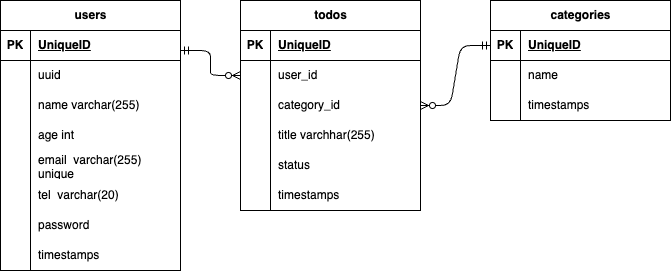
The draw.io diagram docs/.drawio.png in YumiOotake/todo-practice, before a commit. Source tidied: cells renumbered, new cells last; positions are measured from the earlier drawing's top-left corner, leaving out a move shared by most shapes. Source of this version:
```xml
<mxGraphModel>
  <root>
    <mxCell id="0" />
    <mxCell id="1" parent="0" />
    <mxCell id="2" value="users" style="shape=table;startSize=30;rowLines=0;fontStyle=1;align=center;html=1;" parent="1" vertex="1">
      <mxGeometry width="180" height="270" as="geometry" />
    </mxCell>
    <mxCell id="3" style="shape=tableRow;horizontal=0;startSize=0;swimlaneHead=0;swimlaneBody=0;fillColor=none;top=0;left=0;right=0;bottom=1;" parent="2" vertex="1">
      <mxGeometry y="30" width="180" height="30" as="geometry" />
    </mxCell>
    <mxCell id="4" value="PK" style="shape=partialRectangle;fillColor=none;top=0;left=0;bottom=0;right=0;fontStyle=1;overflow=hidden;whiteSpace=wrap;html=1;" parent="3" vertex="1">
      <mxGeometry width="30" height="30" as="geometry" />
    </mxCell>
    <mxCell id="5" value="UniqueID" style="shape=partialRectangle;fillColor=none;top=0;left=0;bottom=0;right=0;align=left;spacingLeft=6;fontStyle=5;overflow=hidden;whiteSpace=wrap;html=1;" parent="3" vertex="1">
      <mxGeometry x="30" width="150" height="30" as="geometry" />
    </mxCell>
    <mxCell id="6" style="shape=tableRow;horizontal=0;startSize=0;swimlaneHead=0;swimlaneBody=0;fillColor=none;top=0;left=0;right=0;bottom=0;" parent="2" vertex="1">
      <mxGeometry y="60" width="180" height="30" as="geometry" />
    </mxCell>
    <mxCell id="7" style="shape=partialRectangle;fillColor=none;top=0;left=0;bottom=0;right=0;overflow=hidden;whiteSpace=wrap;html=1;" parent="6" vertex="1">
      <mxGeometry width="30" height="30" as="geometry" />
    </mxCell>
    <mxCell id="8" value="uuid" style="shape=partialRectangle;fillColor=none;top=0;left=0;bottom=0;right=0;align=left;spacingLeft=6;overflow=hidden;whiteSpace=wrap;html=1;" parent="6" vertex="1">
      <mxGeometry x="30" width="150" height="30" as="geometry" />
    </mxCell>
    <mxCell id="9" style="shape=tableRow;horizontal=0;startSize=0;swimlaneHead=0;swimlaneBody=0;fillColor=none;top=0;left=0;right=0;bottom=0;" parent="2" vertex="1">
      <mxGeometry y="90" width="180" height="30" as="geometry" />
    </mxCell>
    <mxCell id="10" style="shape=partialRectangle;fillColor=none;top=0;left=0;bottom=0;right=0;overflow=hidden;whiteSpace=wrap;html=1;" parent="9" vertex="1">
      <mxGeometry width="30" height="30" as="geometry" />
    </mxCell>
    <mxCell id="11" value="name varchar(255)" style="shape=partialRectangle;fillColor=none;top=0;left=0;bottom=0;right=0;align=left;spacingLeft=6;overflow=hidden;whiteSpace=wrap;html=1;" parent="9" vertex="1">
      <mxGeometry x="30" width="150" height="30" as="geometry" />
    </mxCell>
    <mxCell id="12" style="shape=tableRow;horizontal=0;startSize=0;swimlaneHead=0;swimlaneBody=0;fillColor=none;top=0;left=0;right=0;bottom=0;" parent="2" vertex="1">
      <mxGeometry y="120" width="180" height="30" as="geometry" />
    </mxCell>
    <mxCell id="13" style="shape=partialRectangle;fillColor=none;top=0;left=0;bottom=0;right=0;overflow=hidden;whiteSpace=wrap;html=1;" parent="12" vertex="1">
      <mxGeometry width="30" height="30" as="geometry" />
    </mxCell>
    <mxCell id="14" value="age int" style="shape=partialRectangle;fillColor=none;top=0;left=0;bottom=0;right=0;align=left;spacingLeft=6;overflow=hidden;whiteSpace=wrap;html=1;" parent="12" vertex="1">
      <mxGeometry x="30" width="150" height="30" as="geometry" />
    </mxCell>
    <mxCell id="15" style="shape=tableRow;horizontal=0;startSize=0;swimlaneHead=0;swimlaneBody=0;fillColor=none;top=0;left=0;right=0;bottom=0;" parent="2" vertex="1">
      <mxGeometry y="150" width="180" height="30" as="geometry" />
    </mxCell>
    <mxCell id="16" style="shape=partialRectangle;fillColor=none;top=0;left=0;bottom=0;right=0;overflow=hidden;whiteSpace=wrap;html=1;" parent="15" vertex="1">
      <mxGeometry width="30" height="30" as="geometry" />
    </mxCell>
    <mxCell id="17" value="email&amp;nbsp;&lt;span style=&quot;color: rgb(0, 0, 0);&quot;&gt;&amp;nbsp;varchar(255) unique&lt;/span&gt;" style="shape=partialRectangle;fillColor=none;top=0;left=0;bottom=0;right=0;align=left;spacingLeft=6;overflow=hidden;whiteSpace=wrap;html=1;" parent="15" vertex="1">
      <mxGeometry x="30" width="150" height="30" as="geometry" />
    </mxCell>
    <mxCell id="18" style="shape=tableRow;horizontal=0;startSize=0;swimlaneHead=0;swimlaneBody=0;fillColor=none;top=0;left=0;right=0;bottom=0;" parent="2" vertex="1">
      <mxGeometry y="180" width="180" height="30" as="geometry" />
    </mxCell>
    <mxCell id="19" style="shape=partialRectangle;fillColor=none;top=0;left=0;bottom=0;right=0;overflow=hidden;whiteSpace=wrap;html=1;" parent="18" vertex="1">
      <mxGeometry width="30" height="30" as="geometry" />
    </mxCell>
    <mxCell id="20" value="tel&amp;nbsp;&lt;span style=&quot;color: rgb(0, 0, 0);&quot;&gt;&amp;nbsp;varchar(20)&lt;/span&gt;" style="shape=partialRectangle;fillColor=none;top=0;left=0;bottom=0;right=0;align=left;spacingLeft=6;overflow=hidden;whiteSpace=wrap;html=1;" parent="18" vertex="1">
      <mxGeometry x="30" width="150" height="30" as="geometry" />
    </mxCell>
    <mxCell id="21" style="shape=tableRow;horizontal=0;startSize=0;swimlaneHead=0;swimlaneBody=0;fillColor=none;top=0;left=0;right=0;bottom=0;" parent="2" vertex="1">
      <mxGeometry y="210" width="180" height="30" as="geometry" />
    </mxCell>
    <mxCell id="22" style="shape=partialRectangle;fillColor=none;top=0;left=0;bottom=0;right=0;overflow=hidden;whiteSpace=wrap;html=1;" parent="21" vertex="1">
      <mxGeometry width="30" height="30" as="geometry" />
    </mxCell>
    <mxCell id="23" value="password" style="shape=partialRectangle;fillColor=none;top=0;left=0;bottom=0;right=0;align=left;spacingLeft=6;overflow=hidden;whiteSpace=wrap;html=1;" parent="21" vertex="1">
      <mxGeometry x="30" width="150" height="30" as="geometry" />
    </mxCell>
    <mxCell id="24" style="shape=tableRow;horizontal=0;startSize=0;swimlaneHead=0;swimlaneBody=0;fillColor=none;top=0;left=0;right=0;bottom=0;" parent="2" vertex="1">
      <mxGeometry y="240" width="180" height="30" as="geometry" />
    </mxCell>
    <mxCell id="25" style="shape=partialRectangle;fillColor=none;top=0;left=0;bottom=0;right=0;overflow=hidden;whiteSpace=wrap;html=1;" parent="24" vertex="1">
      <mxGeometry width="30" height="30" as="geometry" />
    </mxCell>
    <mxCell id="26" value="timestamps" style="shape=partialRectangle;fillColor=none;top=0;left=0;bottom=0;right=0;align=left;spacingLeft=6;overflow=hidden;whiteSpace=wrap;html=1;" parent="24" vertex="1">
      <mxGeometry x="30" width="150" height="30" as="geometry" />
    </mxCell>
    <mxCell id="27" value="todos" style="shape=table;startSize=30;rowLines=0;fontStyle=1;align=center;html=1;" parent="1" vertex="1">
      <mxGeometry x="240" width="180" height="210" as="geometry" />
    </mxCell>
    <mxCell id="28" style="shape=tableRow;horizontal=0;startSize=0;swimlaneHead=0;swimlaneBody=0;fillColor=none;top=0;left=0;right=0;bottom=1;" parent="27" vertex="1">
      <mxGeometry y="30" width="180" height="30" as="geometry" />
    </mxCell>
    <mxCell id="29" value="PK" style="shape=partialRectangle;fillColor=none;top=0;left=0;bottom=0;right=0;fontStyle=1;overflow=hidden;whiteSpace=wrap;html=1;" parent="28" vertex="1">
      <mxGeometry width="30" height="30" as="geometry" />
    </mxCell>
    <mxCell id="30" value="UniqueID" style="shape=partialRectangle;fillColor=none;top=0;left=0;bottom=0;right=0;align=left;spacingLeft=6;fontStyle=5;overflow=hidden;whiteSpace=wrap;html=1;" parent="28" vertex="1">
      <mxGeometry x="30" width="150" height="30" as="geometry" />
    </mxCell>
    <mxCell id="31" style="shape=tableRow;horizontal=0;startSize=0;swimlaneHead=0;swimlaneBody=0;fillColor=none;points=[[0,0.5],[1,0.5]];portConstraint=eastwest;top=0;left=0;right=0;bottom=0;" parent="27" vertex="1">
      <mxGeometry y="60" width="180" height="30" as="geometry" />
    </mxCell>
    <mxCell id="32" style="shape=partialRectangle;fillColor=none;top=0;left=0;bottom=0;right=0;overflow=hidden;whiteSpace=wrap;html=1;" parent="31" vertex="1">
      <mxGeometry width="30" height="30" as="geometry" />
    </mxCell>
    <mxCell id="33" value="user_id" style="shape=partialRectangle;fillColor=none;top=0;left=0;bottom=0;right=0;align=left;spacingLeft=6;overflow=hidden;whiteSpace=wrap;html=1;" parent="31" vertex="1">
      <mxGeometry x="30" width="150" height="30" as="geometry" />
    </mxCell>
    <mxCell id="34" style="shape=tableRow;horizontal=0;startSize=0;swimlaneHead=0;swimlaneBody=0;fillColor=none;points=[[0,0.5],[1,0.5]];portConstraint=eastwest;top=0;left=0;right=0;bottom=0;" parent="27" vertex="1">
      <mxGeometry y="90" width="180" height="30" as="geometry" />
    </mxCell>
    <mxCell id="35" style="shape=partialRectangle;fillColor=none;top=0;left=0;bottom=0;right=0;overflow=hidden;whiteSpace=wrap;html=1;" parent="34" vertex="1">
      <mxGeometry width="30" height="30" as="geometry" />
    </mxCell>
    <mxCell id="36" value="category_id" style="shape=partialRectangle;fillColor=none;top=0;left=0;bottom=0;right=0;align=left;spacingLeft=6;overflow=hidden;whiteSpace=wrap;html=1;" parent="34" vertex="1">
      <mxGeometry x="30" width="150" height="30" as="geometry" />
    </mxCell>
    <mxCell id="37" style="shape=tableRow;horizontal=0;startSize=0;swimlaneHead=0;swimlaneBody=0;fillColor=none;points=[[0,0.5],[1,0.5]];portConstraint=eastwest;top=0;left=0;right=0;bottom=0;" parent="27" vertex="1">
      <mxGeometry y="120" width="180" height="30" as="geometry" />
    </mxCell>
    <mxCell id="38" style="shape=partialRectangle;fillColor=none;top=0;left=0;bottom=0;right=0;overflow=hidden;whiteSpace=wrap;html=1;" parent="37" vertex="1">
      <mxGeometry width="30" height="30" as="geometry" />
    </mxCell>
    <mxCell id="39" value="title varchhar(255)" style="shape=partialRectangle;fillColor=none;top=0;left=0;bottom=0;right=0;align=left;spacingLeft=6;overflow=hidden;whiteSpace=wrap;html=1;" parent="37" vertex="1">
      <mxGeometry x="30" width="150" height="30" as="geometry" />
    </mxCell>
    <mxCell id="40" style="shape=tableRow;horizontal=0;startSize=0;swimlaneHead=0;swimlaneBody=0;fillColor=none;top=0;left=0;right=0;bottom=0;" parent="27" vertex="1">
      <mxGeometry y="150" width="180" height="30" as="geometry" />
    </mxCell>
    <mxCell id="41" style="shape=partialRectangle;fillColor=none;top=0;left=0;bottom=0;right=0;overflow=hidden;whiteSpace=wrap;html=1;" parent="40" vertex="1">
      <mxGeometry width="30" height="30" as="geometry" />
    </mxCell>
    <mxCell id="42" value="status" style="shape=partialRectangle;fillColor=none;top=0;left=0;bottom=0;right=0;align=left;spacingLeft=6;overflow=hidden;whiteSpace=wrap;html=1;" parent="40" vertex="1">
      <mxGeometry x="30" width="150" height="30" as="geometry" />
    </mxCell>
    <mxCell id="43" style="shape=tableRow;horizontal=0;startSize=0;swimlaneHead=0;swimlaneBody=0;fillColor=none;top=0;left=0;right=0;bottom=0;" parent="27" vertex="1">
      <mxGeometry y="180" width="180" height="30" as="geometry" />
    </mxCell>
    <mxCell id="44" style="shape=partialRectangle;fillColor=none;top=0;left=0;bottom=0;right=0;overflow=hidden;whiteSpace=wrap;html=1;" parent="43" vertex="1">
      <mxGeometry width="30" height="30" as="geometry" />
    </mxCell>
    <mxCell id="45" value="timestamps" style="shape=partialRectangle;fillColor=none;top=0;left=0;bottom=0;right=0;align=left;spacingLeft=6;overflow=hidden;whiteSpace=wrap;html=1;" parent="43" vertex="1">
      <mxGeometry x="30" width="150" height="30" as="geometry" />
    </mxCell>
    <mxCell id="46" value="categories" style="shape=table;startSize=30;rowLines=0;fontStyle=1;align=center;html=1;" parent="1" vertex="1">
      <mxGeometry x="490" width="180" height="120" as="geometry" />
    </mxCell>
    <mxCell id="47" style="shape=tableRow;horizontal=0;startSize=0;swimlaneHead=0;swimlaneBody=0;fillColor=none;points=[[0,0.5],[1,0.5]];portConstraint=eastwest;top=0;left=0;right=0;bottom=1;" parent="46" vertex="1">
      <mxGeometry y="30" width="180" height="30" as="geometry" />
    </mxCell>
    <mxCell id="48" value="PK" style="shape=partialRectangle;fillColor=none;top=0;left=0;bottom=0;right=0;fontStyle=1;overflow=hidden;whiteSpace=wrap;html=1;" parent="47" vertex="1">
      <mxGeometry width="30" height="30" as="geometry" />
    </mxCell>
    <mxCell id="49" value="UniqueID" style="shape=partialRectangle;fillColor=none;top=0;left=0;bottom=0;right=0;align=left;spacingLeft=6;fontStyle=5;overflow=hidden;whiteSpace=wrap;html=1;" parent="47" vertex="1">
      <mxGeometry x="30" width="150" height="30" as="geometry" />
    </mxCell>
    <mxCell id="50" style="shape=tableRow;horizontal=0;startSize=0;swimlaneHead=0;swimlaneBody=0;fillColor=none;top=0;left=0;right=0;bottom=0;" parent="46" vertex="1">
      <mxGeometry y="60" width="180" height="30" as="geometry" />
    </mxCell>
    <mxCell id="51" style="shape=partialRectangle;fillColor=none;top=0;left=0;bottom=0;right=0;overflow=hidden;whiteSpace=wrap;html=1;" parent="50" vertex="1">
      <mxGeometry width="30" height="30" as="geometry" />
    </mxCell>
    <mxCell id="52" value="name" style="shape=partialRectangle;fillColor=none;top=0;left=0;bottom=0;right=0;align=left;spacingLeft=6;overflow=hidden;whiteSpace=wrap;html=1;" parent="50" vertex="1">
      <mxGeometry x="30" width="150" height="30" as="geometry" />
    </mxCell>
    <mxCell id="53" style="shape=tableRow;horizontal=0;startSize=0;swimlaneHead=0;swimlaneBody=0;fillColor=none;top=0;left=0;right=0;bottom=0;" parent="46" vertex="1">
      <mxGeometry y="90" width="180" height="30" as="geometry" />
    </mxCell>
    <mxCell id="54" style="shape=partialRectangle;fillColor=none;top=0;left=0;bottom=0;right=0;overflow=hidden;whiteSpace=wrap;html=1;" parent="53" vertex="1">
      <mxGeometry width="30" height="30" as="geometry" />
    </mxCell>
    <mxCell id="55" value="timestamps" style="shape=partialRectangle;fillColor=none;top=0;left=0;bottom=0;right=0;align=left;spacingLeft=6;overflow=hidden;whiteSpace=wrap;html=1;" parent="53" vertex="1">
      <mxGeometry x="30" width="150" height="30" as="geometry" />
    </mxCell>
    <mxCell id="56" style="edgeStyle=entityRelationEdgeStyle;fontSize=12;html=1;endArrow=ERzeroToMany;startArrow=ERmandOne;entryX=0;entryY=0.5;entryDx=0;entryDy=0;" parent="1" edge="1" target="31">
      <mxGeometry relative="1" as="geometry">
        <mxPoint x="180" y="50" as="sourcePoint" />
      </mxGeometry>
    </mxCell>
    <mxCell id="57" style="edgeStyle=entityRelationEdgeStyle;fontSize=12;html=1;endArrow=ERzeroToMany;startArrow=ERmandOne;exitX=0;exitY=0.5;exitDx=0;exitDy=0;entryX=1;entryY=0.5;entryDx=0;entryDy=0;" parent="1" edge="1" source="47" target="34">
      <mxGeometry relative="1" as="geometry" />
    </mxCell>
  </root>
</mxGraphModel>
```
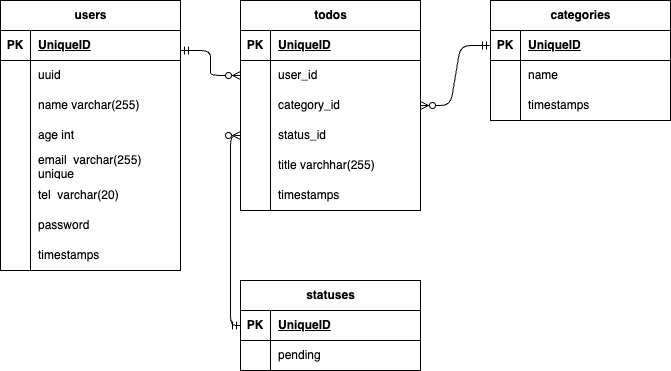
The same diagram one commit later.

The edit, as a diff of the source:
```diff
@@ -113,7 +113,7 @@
     <mxCell id="38" style="shape=partialRectangle;fillColor=none;top=0;left=0;bottom=0;right=0;overflow=hidden;whiteSpace=wrap;html=1;" parent="37" vertex="1">
       <mxGeometry width="30" height="30" as="geometry" />
     </mxCell>
-    <mxCell id="39" value="title varchhar(255)" style="shape=partialRectangle;fillColor=none;top=0;left=0;bottom=0;right=0;align=left;spacingLeft=6;overflow=hidden;whiteSpace=wrap;html=1;" parent="37" vertex="1">
+    <mxCell id="39" value="status_id" style="shape=partialRectangle;fillColor=none;top=0;left=0;bottom=0;right=0;align=left;spacingLeft=6;overflow=hidden;whiteSpace=wrap;html=1;" parent="37" vertex="1">
       <mxGeometry x="30" width="150" height="30" as="geometry" />
     </mxCell>
     <mxCell id="40" style="shape=tableRow;horizontal=0;startSize=0;swimlaneHead=0;swimlaneBody=0;fillColor=none;top=0;left=0;right=0;bottom=0;" parent="27" vertex="1">
@@ -122,7 +122,7 @@
     <mxCell id="41" style="shape=partialRectangle;fillColor=none;top=0;left=0;bottom=0;right=0;overflow=hidden;whiteSpace=wrap;html=1;" parent="40" vertex="1">
       <mxGeometry width="30" height="30" as="geometry" />
     </mxCell>
-    <mxCell id="42" value="status" style="shape=partialRectangle;fillColor=none;top=0;left=0;bottom=0;right=0;align=left;spacingLeft=6;overflow=hidden;whiteSpace=wrap;html=1;" parent="40" vertex="1">
+    <mxCell id="42" value="&lt;span style=&quot;color: rgb(0, 0, 0);&quot;&gt;title varchhar(255)&lt;/span&gt;" style="shape=partialRectangle;fillColor=none;top=0;left=0;bottom=0;right=0;align=left;spacingLeft=6;overflow=hidden;whiteSpace=wrap;html=1;" parent="40" vertex="1">
       <mxGeometry x="30" width="150" height="30" as="geometry" />
     </mxCell>
     <mxCell id="43" style="shape=tableRow;horizontal=0;startSize=0;swimlaneHead=0;swimlaneBody=0;fillColor=none;top=0;left=0;right=0;bottom=0;" parent="27" vertex="1">
@@ -172,5 +172,29 @@
     <mxCell id="57" style="edgeStyle=entityRelationEdgeStyle;fontSize=12;html=1;endArrow=ERzeroToMany;startArrow=ERmandOne;exitX=0;exitY=0.5;exitDx=0;exitDy=0;entryX=1;entryY=0.5;entryDx=0;entryDy=0;" parent="1" edge="1" source="47" target="34">
       <mxGeometry relative="1" as="geometry" />
     </mxCell>
+    <mxCell id="58" value="statuses" style="shape=table;startSize=30;rowLines=0;fontStyle=1;align=center;html=1;" parent="1" vertex="1">
+      <mxGeometry x="240" y="280" width="180" height="90" as="geometry" />
+    </mxCell>
+    <mxCell id="59" style="shape=tableRow;horizontal=0;startSize=0;swimlaneHead=0;swimlaneBody=0;fillColor=none;points=[[0,0.5],[1,0.5]];portConstraint=eastwest;top=0;left=0;right=0;bottom=1;" parent="58" vertex="1">
+      <mxGeometry y="30" width="180" height="30" as="geometry" />
+    </mxCell>
+    <mxCell id="60" value="PK" style="shape=partialRectangle;fillColor=none;top=0;left=0;bottom=0;right=0;fontStyle=1;overflow=hidden;whiteSpace=wrap;html=1;" parent="59" vertex="1">
+      <mxGeometry width="30" height="30" as="geometry" />
+    </mxCell>
+    <mxCell id="61" value="UniqueID" style="shape=partialRectangle;fillColor=none;top=0;left=0;bottom=0;right=0;align=left;spacingLeft=6;fontStyle=5;overflow=hidden;whiteSpace=wrap;html=1;" parent="59" vertex="1">
+      <mxGeometry x="30" width="150" height="30" as="geometry" />
+    </mxCell>
+    <mxCell id="62" style="shape=tableRow;horizontal=0;startSize=0;swimlaneHead=0;swimlaneBody=0;fillColor=none;top=0;left=0;right=0;bottom=0;" parent="58" vertex="1">
+      <mxGeometry y="60" width="180" height="30" as="geometry" />
+    </mxCell>
+    <mxCell id="63" style="shape=partialRectangle;fillColor=none;top=0;left=0;bottom=0;right=0;overflow=hidden;whiteSpace=wrap;html=1;" parent="62" vertex="1">
+      <mxGeometry width="30" height="30" as="geometry" />
+    </mxCell>
+    <mxCell id="64" value="pending" style="shape=partialRectangle;fillColor=none;top=0;left=0;bottom=0;right=0;align=left;spacingLeft=6;overflow=hidden;whiteSpace=wrap;html=1;" parent="62" vertex="1">
+      <mxGeometry x="30" width="150" height="30" as="geometry" />
+    </mxCell>
+    <mxCell id="65" style="edgeStyle=orthogonalEdgeStyle;fontSize=12;html=1;endArrow=ERzeroToMany;startArrow=ERmandOne;entryX=0;entryY=0.5;entryDx=0;entryDy=0;exitX=0;exitY=0.5;exitDx=0;exitDy=0;" parent="1" edge="1" source="59" target="37">
+      <mxGeometry relative="1" as="geometry" />
+    </mxCell>
   </root>
 </mxGraphModel>
```
